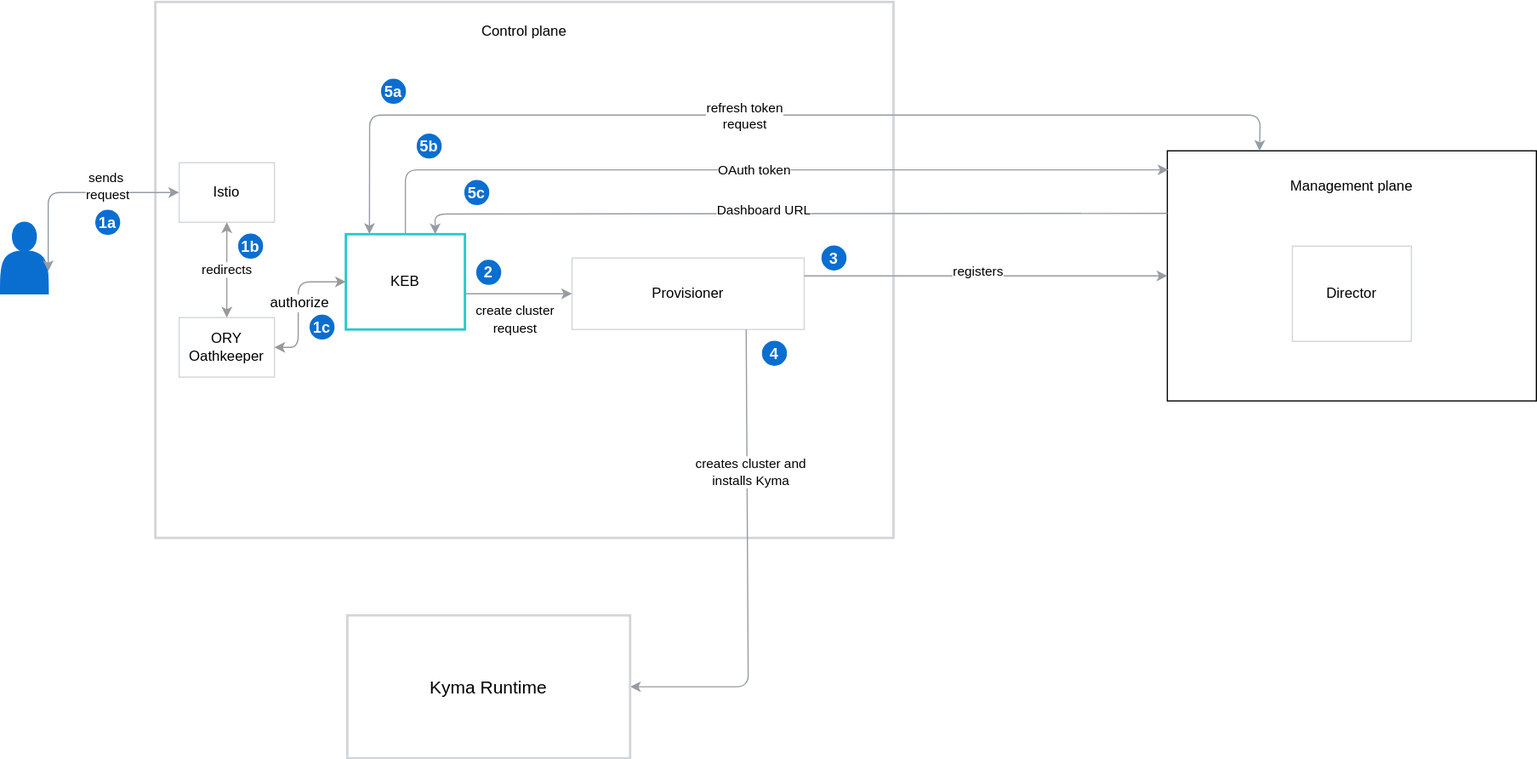
This is docs/assets/keb-architecture.svg from ukff/kyma-environment-broker, a draw.io export, as it was before one commit. Source tidied: cells renumbered, new cells last; positions are measured from the earlier drawing's top-left corner, leaving out a move shared by most shapes.
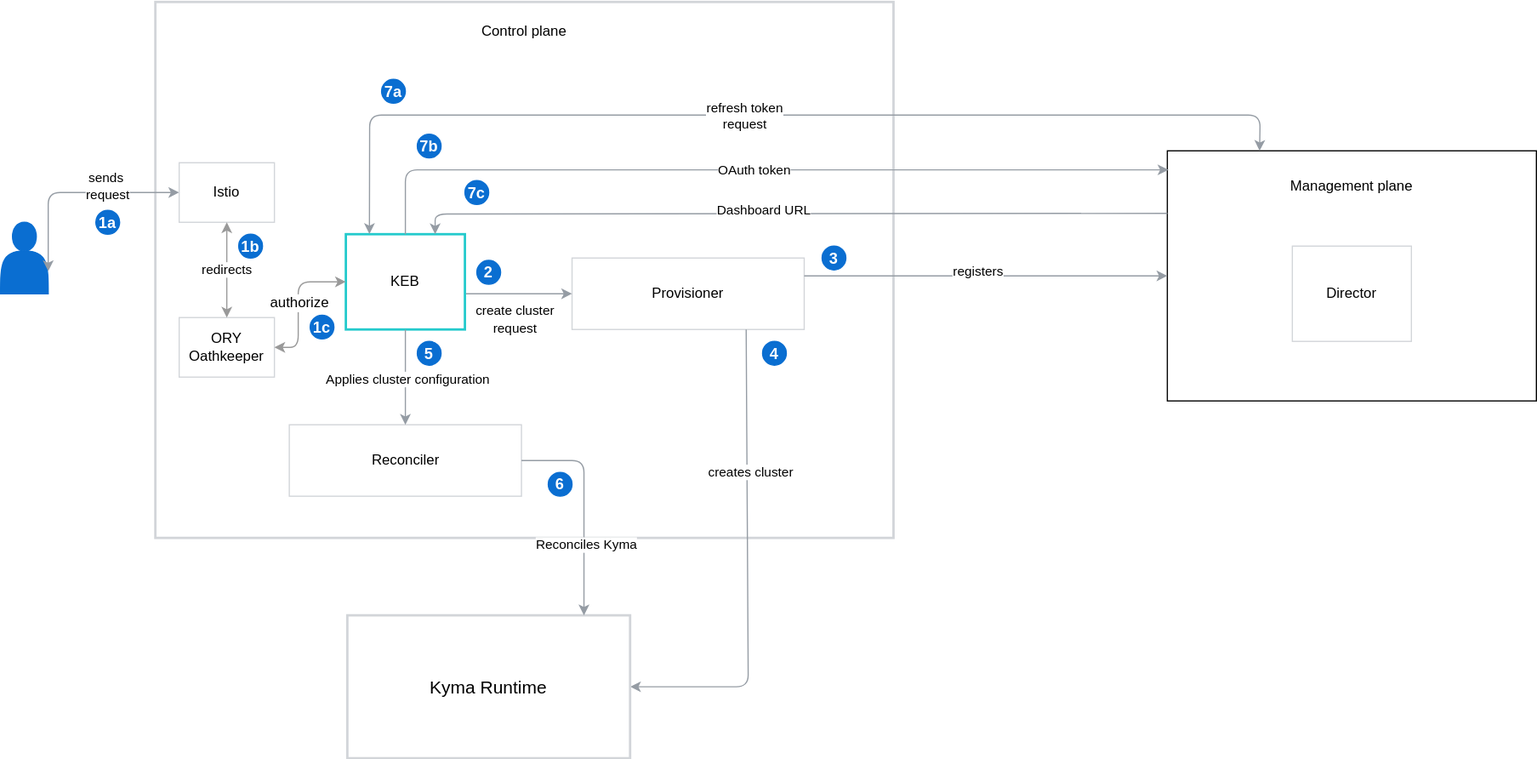
The same diagram one commit later.

What changed in the source:
```diff
@@ -43,7 +43,7 @@
         </Array>
       </mxGeometry>
     </mxCell>
-    <mxCell id="12" value="creates cluster and &lt;br&gt;installs Kyma" style="text;html=1;align=center;verticalAlign=middle;labelBackgroundColor=#ffffff;fontSize=11;" parent="11" vertex="1">
+    <mxCell id="12" value="creates cluster" style="text;html=1;align=center;verticalAlign=middle;labelBackgroundColor=#ffffff;fontSize=11;" parent="11" vertex="1">
       <mxGeometry x="-0.71" relative="1" as="geometry">
         <mxPoint x="3.4" y="62" as="offset" />
       </mxGeometry>
@@ -95,13 +95,13 @@
     <mxCell id="22" value="&lt;font color=&quot;#ffffff&quot; size=&quot;1&quot;&gt;&lt;b style=&quot;font-size: 13px&quot;&gt;3&lt;/b&gt;&lt;/font&gt;" style="ellipse;whiteSpace=wrap;html=1;strokeColor=#0A6ED1;strokeWidth=1;fillColor=#0A6ED1;fontSize=11;direction=west;" parent="1" vertex="1">
       <mxGeometry x="690" y="205" width="20" height="20" as="geometry" />
     </mxCell>
-    <mxCell id="23" value="&lt;font color=&quot;#ffffff&quot; size=&quot;1&quot;&gt;&lt;b style=&quot;font-size: 13px&quot;&gt;5a&lt;/b&gt;&lt;/font&gt;" style="ellipse;whiteSpace=wrap;html=1;strokeColor=#0A6ED1;strokeWidth=1;fillColor=#0A6ED1;fontSize=11;" parent="1" vertex="1">
+    <mxCell id="23" value="&lt;font color=&quot;#ffffff&quot; size=&quot;1&quot;&gt;&lt;b style=&quot;font-size: 13px&quot;&gt;7a&lt;/b&gt;&lt;/font&gt;" style="ellipse;whiteSpace=wrap;html=1;strokeColor=#0A6ED1;strokeWidth=1;fillColor=#0A6ED1;fontSize=11;" parent="1" vertex="1">
       <mxGeometry x="320" y="65" width="20" height="20" as="geometry" />
     </mxCell>
-    <mxCell id="24" value="&lt;font color=&quot;#ffffff&quot;&gt;&lt;span style=&quot;font-size: 13px&quot;&gt;&lt;b&gt;5b&lt;/b&gt;&lt;/span&gt;&lt;/font&gt;" style="ellipse;whiteSpace=wrap;html=1;strokeColor=#0A6ED1;strokeWidth=1;fillColor=#0A6ED1;fontSize=11;" parent="1" vertex="1">
+    <mxCell id="24" value="&lt;font color=&quot;#ffffff&quot;&gt;&lt;span style=&quot;font-size: 13px&quot;&gt;&lt;b&gt;7b&lt;/b&gt;&lt;/span&gt;&lt;/font&gt;" style="ellipse;whiteSpace=wrap;html=1;strokeColor=#0A6ED1;strokeWidth=1;fillColor=#0A6ED1;fontSize=11;" parent="1" vertex="1">
       <mxGeometry x="350" y="111" width="20" height="20" as="geometry" />
     </mxCell>
-    <mxCell id="25" value="&lt;font color=&quot;#ffffff&quot;&gt;&lt;span style=&quot;font-size: 13px&quot;&gt;&lt;b&gt;5c&lt;/b&gt;&lt;/span&gt;&lt;/font&gt;" style="ellipse;whiteSpace=wrap;html=1;strokeColor=#0A6ED1;strokeWidth=1;fillColor=#0A6ED1;fontSize=11;" parent="1" vertex="1">
+    <mxCell id="25" value="&lt;font color=&quot;#ffffff&quot;&gt;&lt;span style=&quot;font-size: 13px&quot;&gt;&lt;b&gt;7c&lt;/b&gt;&lt;/span&gt;&lt;/font&gt;" style="ellipse;whiteSpace=wrap;html=1;strokeColor=#0A6ED1;strokeWidth=1;fillColor=#0A6ED1;fontSize=11;" parent="1" vertex="1">
       <mxGeometry x="390" y="150" width="20" height="20" as="geometry" />
     </mxCell>
     <mxCell id="26" value="ORY Oathkeeper" style="rounded=0;whiteSpace=wrap;html=1;strokeColor=#D2D5D9;fillColor=#FFFFFF;strokeWidth=1;" parent="1" vertex="1">
@@ -149,5 +149,31 @@
         <mxPoint x="56" y="-7" as="offset" />
       </mxGeometry>
     </mxCell>
+    <mxCell id="37" value="Reconciler" style="rounded=0;whiteSpace=wrap;html=1;strokeColor=#D2D5D9;strokeWidth=1;fillColor=#FFFFFF;" parent="1" vertex="1">
+      <mxGeometry x="242.5" y="355" width="195" height="60" as="geometry" />
+    </mxCell>
+    <mxCell id="38" style="endArrow=classic;html=1;exitX=0.5;exitY=1;exitDx=0;exitDy=0;entryX=0.5;entryY=0;entryDx=0;entryDy=0;rounded=0;strokeColor=#959CA4;" parent="1" edge="1" source="6" target="37">
+      <mxGeometry relative="1" as="geometry" />
+    </mxCell>
+    <mxCell id="39" value="Applies cluster configuration" style="edgeLabel;html=1;align=center;verticalAlign=middle;" parent="38" vertex="1">
+      <mxGeometry x="0.03" y="1" relative="1" as="geometry" />
+    </mxCell>
+    <mxCell id="40" value="&lt;font color=&quot;#ffffff&quot; size=&quot;1&quot;&gt;&lt;b style=&quot;font-size: 13px&quot;&gt;5&lt;/b&gt;&lt;/font&gt;" style="ellipse;whiteSpace=wrap;html=1;strokeColor=#0A6ED1;strokeWidth=1;fillColor=#0A6ED1;fontSize=11;" parent="1" vertex="1">
+      <mxGeometry x="350" y="285" width="20" height="20" as="geometry" />
+    </mxCell>
+    <mxCell id="41" style="endArrow=classic;html=1;strokeColor=#959CA4;exitX=1;exitY=0.5;exitDx=0;exitDy=0;" parent="1" edge="1" source="37">
+      <mxGeometry relative="1" as="geometry">
+        <mxPoint x="490" y="515" as="targetPoint" />
+        <Array as="points">
+          <mxPoint x="490" y="385" />
+        </Array>
+      </mxGeometry>
+    </mxCell>
+    <mxCell id="42" value="Reconciles Kyma" style="edgeLabel;html=1;align=center;verticalAlign=middle;" parent="41" vertex="1">
+      <mxGeometry x="0.34" y="1" relative="1" as="geometry" />
+    </mxCell>
+    <mxCell id="43" value="&lt;font color=&quot;#ffffff&quot; size=&quot;1&quot;&gt;&lt;b style=&quot;font-size: 13px&quot;&gt;6&lt;/b&gt;&lt;/font&gt;" style="ellipse;whiteSpace=wrap;html=1;strokeColor=#0A6ED1;strokeWidth=1;fillColor=#0A6ED1;fontSize=11;" parent="1" vertex="1">
+      <mxGeometry x="460" y="395" width="20" height="20" as="geometry" />
+    </mxCell>
   </root>
 </mxGraphModel>
```
